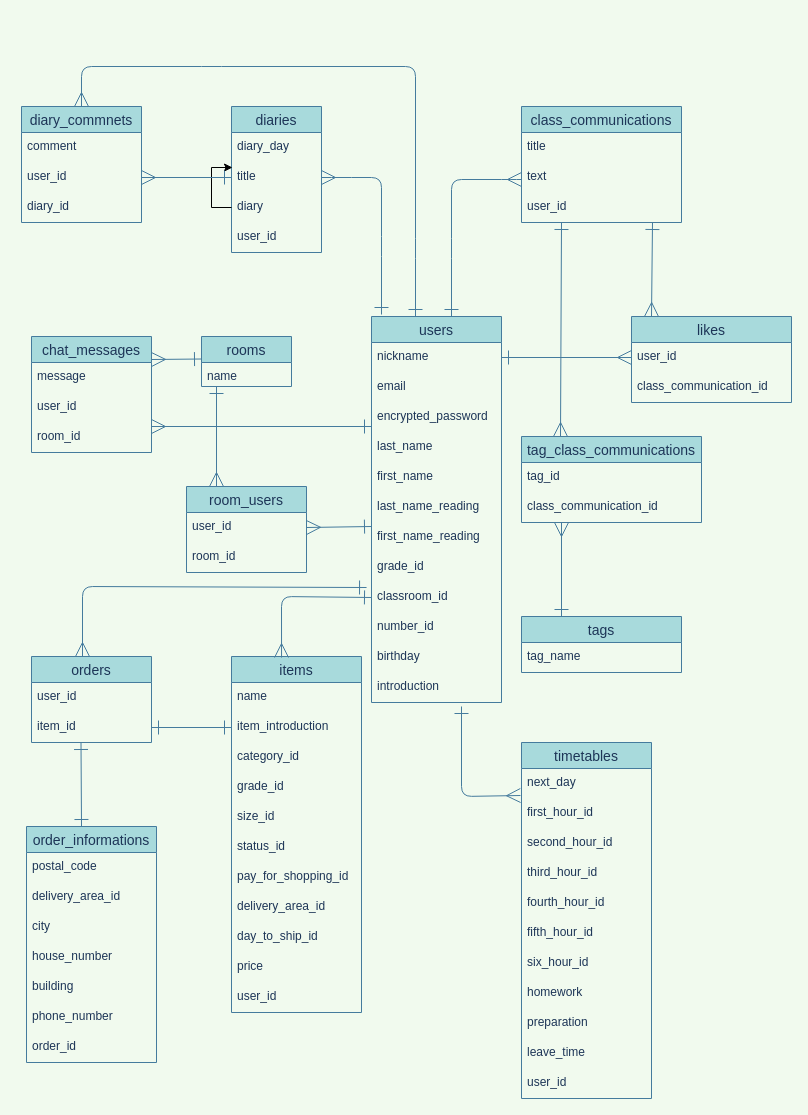
Earlier version of the draw.io diagram ER.dio (hiratatatsujiro/contact_book_app). Source tidied: cells renumbered, new cells numbered last; positions are measured from the earlier drawing's top-left corner, leaving out a move shared by most shapes. Both pictures are drawn from the tidied source at 100%, with x=0, y=0 at pixel (21, 66).
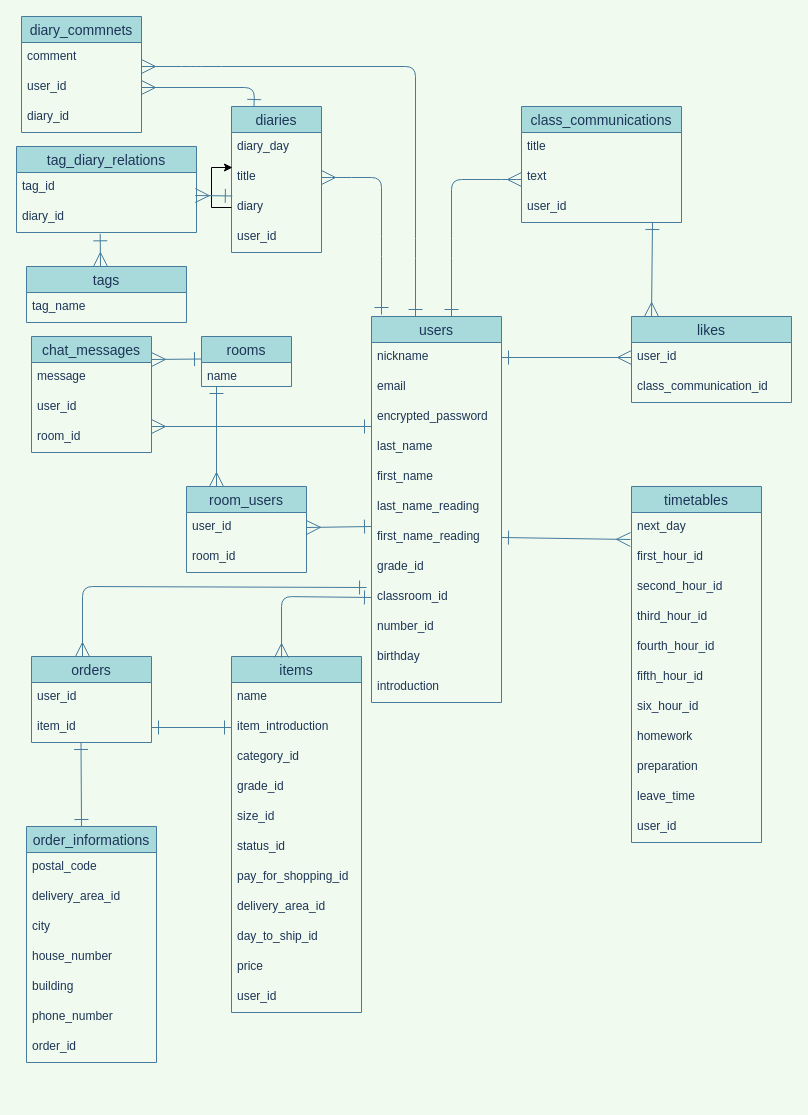
The same diagram, later.

The change refers to these unchanged cells:
```xml
<mxCell id="9" value="first_name_reading" style="text;strokeColor=none;fillColor=none;spacingLeft=4;spacingRight=4;overflow=hidden;points=[[0,0.5],[1,0.5]];portConstraint=eastwest;fontSize=12;fontColor=#1D3557;" parent="2" vertex="1">
  <mxGeometry y="206" width="130" height="30" as="geometry" />
</mxCell>
<mxCell id="15" value="diaries" style="swimlane;fontStyle=0;horizontal=1;startSize=26;align=center;fontSize=14;fillColor=#A8DADC;strokeColor=#457B9D;fontColor=#1D3557;" parent="1" vertex="1">
  <mxGeometry x="210" y="40" width="90" height="146" as="geometry" />
</mxCell>
<mxCell id="17" value="title&#10;" style="text;strokeColor=none;fillColor=none;spacingLeft=4;spacingRight=4;overflow=hidden;points=[[0,0.5],[1,0.5]];portConstraint=eastwest;fontSize=12;fontColor=#1D3557;" parent="15" vertex="1">
  <mxGeometry y="56" width="90" height="30" as="geometry" />
</mxCell>
<mxCell id="19" value="diary" style="text;strokeColor=none;fillColor=none;spacingLeft=4;spacingRight=4;overflow=hidden;points=[[0,0.5],[1,0.5]];portConstraint=eastwest;fontSize=12;fontColor=#1D3557;" parent="15" vertex="1">
  <mxGeometry y="86" width="90" height="30" as="geometry" />
</mxCell>
<mxCell id="23" value="user_id" style="text;strokeColor=none;fillColor=none;spacingLeft=4;spacingRight=4;overflow=hidden;points=[[0,0.5],[1,0.5]];portConstraint=eastwest;fontSize=12;fontColor=#1D3557;" parent="21" vertex="1">
  <mxGeometry y="56" width="120" height="30" as="geometry" />
</mxCell>
<mxCell id="67" value="tag_id" style="text;strokeColor=none;fillColor=none;spacingLeft=4;spacingRight=4;overflow=hidden;points=[[0,0.5],[1,0.5]];portConstraint=eastwest;fontSize=12;fontColor=#1D3557;" parent="66" vertex="1">
  <mxGeometry y="26" width="180" height="30" as="geometry" />
</mxCell>
<mxCell id="70" value="next_day" style="text;strokeColor=none;fillColor=none;spacingLeft=4;spacingRight=4;overflow=hidden;points=[[0,0.5],[1,0.5]];portConstraint=eastwest;fontSize=12;fontColor=#1D3557;" parent="69" vertex="1">
  <mxGeometry y="26" width="130" height="30" as="geometry" />
</mxCell>
```

Diff of the diagram source:
```diff
@@
     <mxCell id="21" value="diary_commnets" style="swimlane;fontStyle=0;horizontal=1;startSize=26;align=center;fontSize=14;fillColor=#A8DADC;strokeColor=#457B9D;fontColor=#1D3557;" parent="1" vertex="1">
-      <mxGeometry y="40" width="120" height="116" as="geometry" />
+      <mxGeometry y="-50" width="120" height="116" as="geometry" />
     </mxCell>
@@
     <mxCell id="64" value="tags" style="swimlane;fontStyle=0;horizontal=1;startSize=26;align=center;fontSize=14;fillColor=#A8DADC;strokeColor=#457B9D;fontColor=#1D3557;" parent="1" vertex="1">
-      <mxGeometry x="500" y="550" width="160" height="56" as="geometry" />
+      <mxGeometry x="5" y="200" width="160" height="56" as="geometry" />
     </mxCell>
@@
-    <mxCell id="66" value="tag_class_communications" style="swimlane;fontStyle=0;horizontal=1;startSize=26;align=center;fontSize=14;fillColor=#A8DADC;strokeColor=#457B9D;fontColor=#1D3557;" parent="1" vertex="1">
-      <mxGeometry x="500" y="370" width="180" height="86" as="geometry" />
+    <mxCell id="66" value="tag_diary_relations" style="swimlane;fontStyle=0;horizontal=1;startSize=26;align=center;fontSize=14;fillColor=#A8DADC;strokeColor=#457B9D;fontColor=#1D3557;" parent="1" vertex="1">
+      <mxGeometry x="-5" y="80" width="180" height="86" as="geometry" />
     </mxCell>
@@
-    <mxCell id="68" value="class_communication_id" style="text;strokeColor=none;fillColor=none;spacingLeft=4;spacingRight=4;overflow=hidden;points=[[0,0.5],[1,0.5]];portConstraint=eastwest;fontSize=12;fontColor=#1D3557;" parent="66" vertex="1">
+    <mxCell id="68" value="diary_id" style="text;strokeColor=none;fillColor=none;spacingLeft=4;spacingRight=4;overflow=hidden;points=[[0,0.5],[1,0.5]];portConstraint=eastwest;fontSize=12;fontColor=#1D3557;" parent="66" vertex="1">
       <mxGeometry y="56" width="180" height="30" as="geometry" />
     </mxCell>
     <mxCell id="69" value="timetables" style="swimlane;fontStyle=0;horizontal=1;startSize=26;align=center;fontSize=14;fillColor=#A8DADC;strokeColor=#457B9D;fontColor=#1D3557;" parent="1" vertex="1">
-      <mxGeometry x="500" y="676" width="130" height="356" as="geometry" />
+      <mxGeometry x="610" y="420" width="130" height="356" as="geometry" />
     </mxCell>
@@
-    <mxCell id="82" style="edgeStyle=none;rounded=1;sketch=0;jettySize=auto;html=1;exitX=0;exitY=0.5;exitDx=0;exitDy=0;entryX=1;entryY=0.5;entryDx=0;entryDy=0;fontColor=#1D3557;startArrow=ERone;startFill=0;endArrow=ERmany;endFill=0;startSize=12;endSize=12;strokeColor=#457B9D;fillColor=#A8DADC;" parent="1" edge="1" source="17" target="23">
-      <mxGeometry relative="1" as="geometry" />
+    <mxCell id="82" style="edgeStyle=none;rounded=1;sketch=0;jettySize=auto;html=1;exitX=0.25;exitY=0;exitDx=0;exitDy=0;entryX=1;entryY=0.5;entryDx=0;entryDy=0;fontColor=#1D3557;startArrow=ERone;startFill=0;endArrow=ERmany;endFill=0;startSize=12;endSize=12;strokeColor=#457B9D;fillColor=#A8DADC;" parent="1" edge="1" source="15" target="23">
+      <mxGeometry relative="1" as="geometry">
+        <Array as="points">
+          <mxPoint x="233" y="21" />
+        </Array>
+      </mxGeometry>
     </mxCell>
-    <mxCell id="83" style="edgeStyle=none;rounded=1;sketch=0;jettySize=auto;html=1;fontColor=#1D3557;strokeColor=#457B9D;fillColor=#A8DADC;endArrow=ERmany;endFill=0;endSize=12;startSize=12;startArrow=ERone;startFill=0;" parent="1" edge="1" target="21">
+    <mxCell id="83" style="edgeStyle=none;rounded=1;sketch=0;orthogonalLoop=1;jettySize=auto;html=1;fontColor=#1D3557;strokeColor=#457B9D;fillColor=#A8DADC;endArrow=ERmany;endFill=0;endSize=12;startSize=12;startArrow=ERone;startFill=0;" parent="1" edge="1">
       <mxGeometry relative="1" as="geometry">
         <mxPoint x="394" y="250" as="sourcePoint" />
+        <mxPoint x="120" as="targetPoint" />
         <Array as="points">
           <mxPoint x="394" y="182" />
           <mxPoint x="394" />
           <mxPoint x="190" />
-          <mxPoint x="60" />
+          <mxPoint x="170" />
         </Array>
       </mxGeometry>
     </mxCell>
@@
-    <mxCell id="93" style="edgeStyle=none;rounded=1;sketch=0;orthogonalLoop=1;jettySize=auto;html=1;fontColor=#1D3557;strokeColor=#457B9D;fillColor=#A8DADC;endArrow=ERmany;endFill=0;endSize=12;startSize=12;startArrow=ERone;startFill=0;" parent="1" edge="1">
-      <mxGeometry relative="1" as="geometry">
-        <mxPoint x="540" y="156" as="sourcePoint" />
-        <mxPoint x="539" y="370" as="targetPoint" />
-      </mxGeometry>
+    <mxCell id="93" style="edgeStyle=none;rounded=1;sketch=0;jettySize=auto;html=1;fontColor=#1D3557;strokeColor=#457B9D;fillColor=#A8DADC;endArrow=ERmany;endFill=0;endSize=12;startSize=12;startArrow=ERone;startFill=0;exitX=0.009;exitY=0.116;exitDx=0;exitDy=0;exitPerimeter=0;entryX=0.993;entryY=0.767;entryDx=0;entryDy=0;entryPerimeter=0;" parent="1" edge="1" source="19" target="67">
+      <mxGeometry relative="1" as="geometry" />
     </mxCell>
-    <mxCell id="94" style="edgeStyle=none;rounded=1;sketch=0;jettySize=auto;html=1;fontColor=#1D3557;strokeColor=#457B9D;fillColor=#A8DADC;endArrow=ERone;endFill=0;endSize=12;startSize=12;startArrow=ERmany;startFill=0;entryX=0.25;entryY=0;entryDx=0;entryDy=0;" parent="1" edge="1" target="64">
+    <mxCell id="94" style="edgeStyle=none;rounded=1;sketch=0;jettySize=auto;html=1;fontColor=#1D3557;strokeColor=#457B9D;fillColor=#A8DADC;endArrow=ERone;endFill=0;endSize=12;startSize=12;startArrow=ERmany;startFill=0;entryX=0.465;entryY=1.044;entryDx=0;entryDy=0;entryPerimeter=0;" parent="1" edge="1" target="68">
       <mxGeometry relative="1" as="geometry">
-        <mxPoint x="540" y="456" as="sourcePoint" />
+        <mxPoint x="79" y="200" as="sourcePoint" />
       </mxGeometry>
     </mxCell>
@@
-    <mxCell id="97" style="edgeStyle=none;rounded=1;sketch=0;jettySize=auto;html=1;fontColor=#1D3557;strokeColor=#457B9D;fillColor=#A8DADC;endArrow=ERmany;endFill=0;endSize=12;startSize=12;startArrow=ERone;startFill=0;entryX=-0.008;entryY=0.9;entryDx=0;entryDy=0;entryPerimeter=0;" parent="1" edge="1" target="70">
-      <mxGeometry relative="1" as="geometry">
-        <mxPoint x="440" y="640" as="sourcePoint" />
-        <Array as="points">
-          <mxPoint x="440" y="730" />
-        </Array>
-      </mxGeometry>
+    <mxCell id="97" style="edgeStyle=none;rounded=1;sketch=0;jettySize=auto;html=1;fontColor=#1D3557;strokeColor=#457B9D;fillColor=#A8DADC;endArrow=ERmany;endFill=0;endSize=12;startSize=12;startArrow=ERone;startFill=0;entryX=-0.008;entryY=0.9;entryDx=0;entryDy=0;entryPerimeter=0;exitX=1;exitY=0.5;exitDx=0;exitDy=0;" parent="1" edge="1" source="9" target="70">
+      <mxGeometry relative="1" as="geometry" />
     </mxCell>
```
